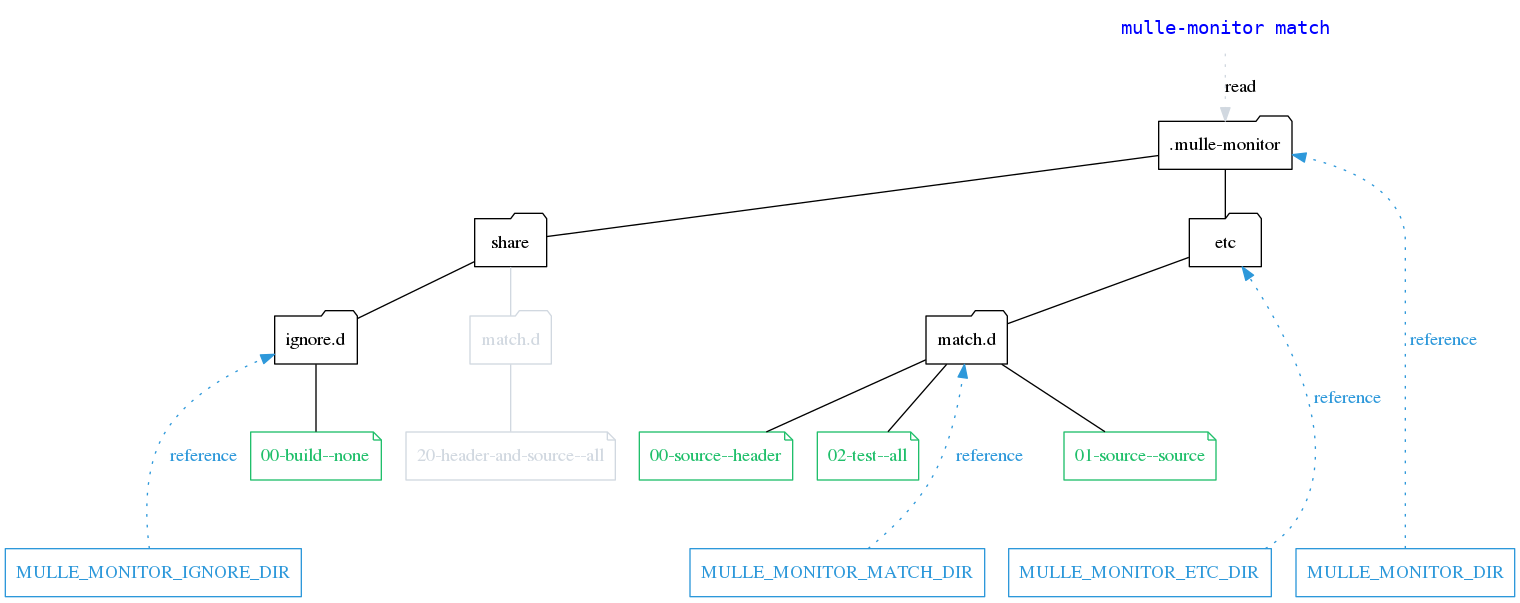
This is dox/mulle-monitor-match.png from mulle-sde/mulle-match, a Graphviz export, as it was before one commit. Its source is kept beside it as dox/mulle-monitor-match.dot. The source it was exported from:
```dot
digraph G {
    graph [rankdir = TD];

    "mulle-monitor match" [ shape="none", fontcolor="blue", fontname="monospace"]

    node[ shape=folder ];

    { rank = "same"; "mulle-monitor match" };
    { rank = "same"; ".mulle-monitor"  };


    edge[ arrowhead="none" ];

    "match2"          [ shape="folder", label="match.d", color="#d1d8e0", fontcolor="#d1d8e0" ]
    "match.d"         [ shape="folder", label="match.d" ]

    node[shape=note, color="#20bf6b", fontcolor="#20bf6b"];

    { rank = "same"; "match.d", "match2", "ignore2" };

    { rank = "same"; "s_source", "s_header", "s_test", "s_build", "s_header2" };

    "s_header"        [ label="00-source--header"]
    "s_source"        [ label="01-source--source"]
    "s_test"          [ label="02-test--all"]
    "s_build"         [ label="00-build--none"]

    "s_header2"       [ label="20-header-and-source--all", color="#d1d8e0", fontcolor="#d1d8e0"]

    node[shape=folder, color="black", fontcolor="black"];

    ".mulle-monitor"     -> "etc"
    "etc"                -> "match.d"

    "match.d"            -> "s_header"
    "match.d"            -> "s_source"
    "match.d"            -> "s_test"

    ".mulle-monitor"     -> "share"

    "share"              -> "ignore2"

    node[ shape=note, color="#d1d8e0", fontcolor="#d1d8e0"];
    edge[ arrowhead="none", color="#d1d8e0" ];

    "share"              -> "match2"

    "match2"          [ shape="folder", label="match.d", color="#d1d8e0", fontcolor="#d1d8e0" ]
    "ignore2"         [ shape="folder", label="ignore.d", color="black", fontcolor="black" ]

    "s_header"        [ label="00-source--header"]
    "s_source"        [ label="01-source--source"]
    "s_test"          [ label="02-test--all"]

    { rank = "same"; "s_source", "s_header", "s_test" };

    "match2"   -> "s_header2"

    "ignore2"  -> "s_build" [ color="black" ]

    edge[ arrowhead="", style="dotted" ];

    "mulle-monitor match" -> ".mulle-monitor"  [ label="read" ]

    node[ shape=record, color="#2d98da", fontcolor="#2d98da"];
    edge[ arrowhead="", color="#2d98da", fontcolor="#2d98da", style="dotted", label=" reference" ];

    { rank = "same"; "MULLE_MONITOR_ETC_DIR", "MULLE_MONITOR_MATCH_DIR", "MULLE_MONITOR_DIR", "MULLE_MONITOR_IGNORE_DIR" };

    "s_source" -> "MULLE_MONITOR_DIR"        [ style="invis" ]
    "s_source" -> "MULLE_MONITOR_ETC_DIR"    [ style="invis" ]
    "s_source" -> "MULLE_MONITOR_MATCH_DIR"  [ style="invis" ]
    "s_header2"  -> "MULLE_MONITOR_MATCH_DIR"  [ style="invis" ]


    "MULLE_MONITOR_MATCH_DIR"  -> "match.d"
    "MULLE_MONITOR_DIR"        -> ".mulle-monitor"
    "MULLE_MONITOR_ETC_DIR"    -> "etc"
    "MULLE_MONITOR_IGNORE_DIR" -> "ignore2"
}
```
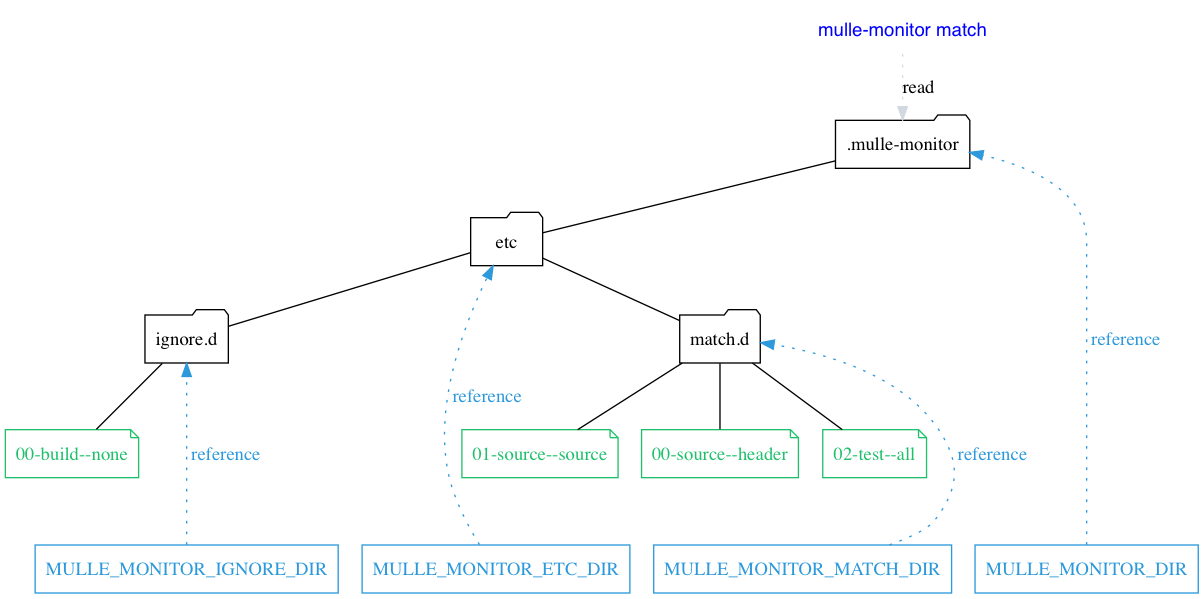
After the change.

Change to the diagram source:
```diff
@@ -11,21 +11,18 @@
 
     edge[ arrowhead="none" ];
 
-    "match2"          [ shape="folder", label="match.d", color="#d1d8e0", fontcolor="#d1d8e0" ]
     "match.d"         [ shape="folder", label="match.d" ]
 
     node[shape=note, color="#20bf6b", fontcolor="#20bf6b"];
 
-    { rank = "same"; "match.d", "match2", "ignore2" };
+    { rank = "same"; "match.d", "ignore2" };
 
-    { rank = "same"; "s_source", "s_header", "s_test", "s_build", "s_header2" };
+    { rank = "same"; "s_source", "s_header", "s_test", "s_build"  };
 
     "s_header"        [ label="00-source--header"]
     "s_source"        [ label="01-source--source"]
     "s_test"          [ label="02-test--all"]
     "s_build"         [ label="00-build--none"]
-
-    "s_header2"       [ label="20-header-and-source--all", color="#d1d8e0", fontcolor="#d1d8e0"]
 
     node[shape=folder, color="black", fontcolor="black"];
 
@@ -36,16 +33,10 @@
     "match.d"            -> "s_source"
     "match.d"            -> "s_test"
 
-    ".mulle-monitor"     -> "share"
-
-    "share"              -> "ignore2"
+    "etc"                -> "ignore2"
 
     node[ shape=note, color="#d1d8e0", fontcolor="#d1d8e0"];
     edge[ arrowhead="none", color="#d1d8e0" ];
-
-    "share"              -> "match2"
-
-    "match2"          [ shape="folder", label="match.d", color="#d1d8e0", fontcolor="#d1d8e0" ]
     "ignore2"         [ shape="folder", label="ignore.d", color="black", fontcolor="black" ]
 
     "s_header"        [ label="00-source--header"]
@@ -53,8 +44,6 @@
     "s_test"          [ label="02-test--all"]
 
     { rank = "same"; "s_source", "s_header", "s_test" };
-
-    "match2"   -> "s_header2"
 
     "ignore2"  -> "s_build" [ color="black" ]
 
@@ -70,7 +59,6 @@
     "s_source" -> "MULLE_MONITOR_DIR"        [ style="invis" ]
     "s_source" -> "MULLE_MONITOR_ETC_DIR"    [ style="invis" ]
     "s_source" -> "MULLE_MONITOR_MATCH_DIR"  [ style="invis" ]
-    "s_header2"  -> "MULLE_MONITOR_MATCH_DIR"  [ style="invis" ]
 
 
     "MULLE_MONITOR_MATCH_DIR"  -> "match.d"
```
